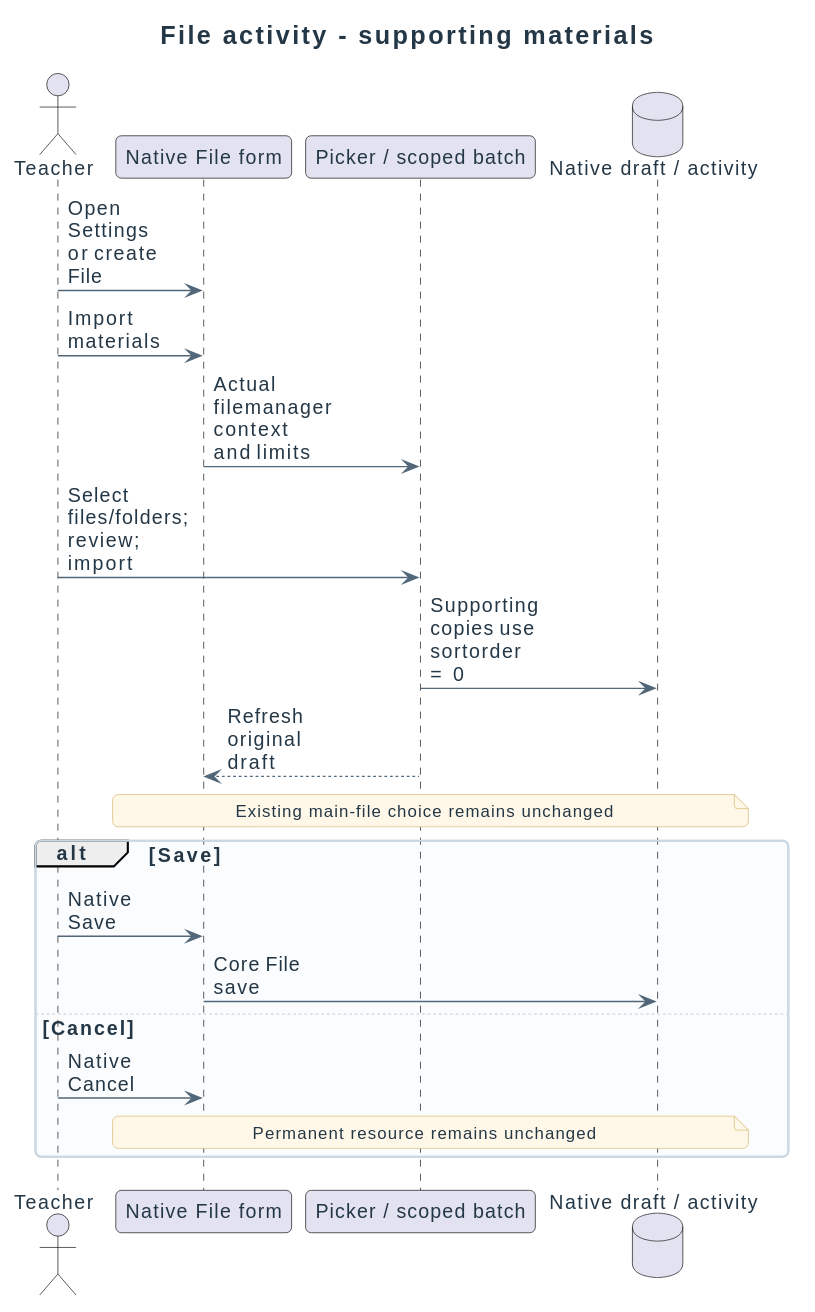
Before: docs/diagrams/design/sequences/resource-selection.svg, a diagram exported from PlantUML (didactika/moodle-local_coursefiles).
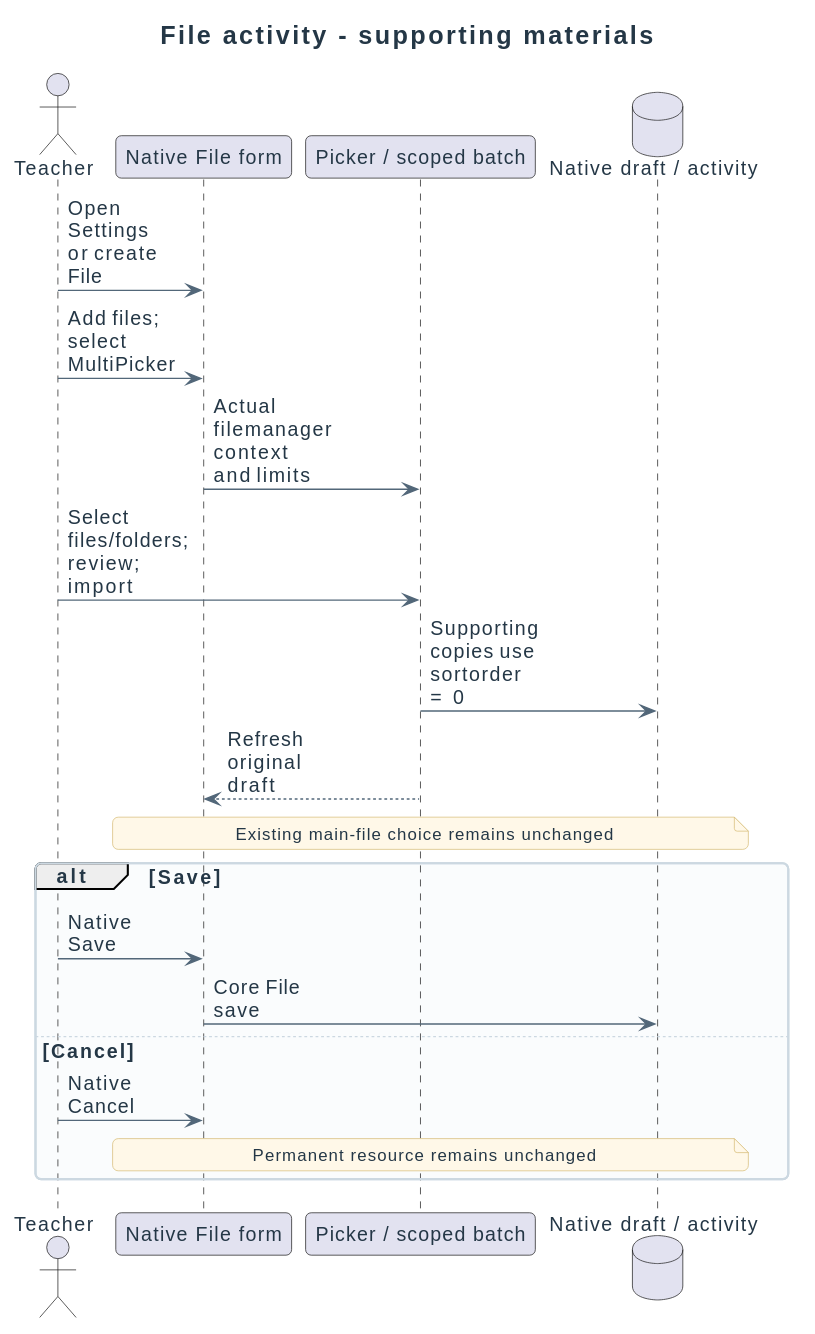
Above is the later version.

Diff of the diagram source:
```diff
@@ -6,7 +6,7 @@
 participant "Picker / scoped batch" as Batch
 database "Native draft / activity" as Files
 Teacher -> Form : Open Settings or create File
-Teacher -> Form : Import materials
+Teacher -> Form : Add files; select MultiPicker
 Form -> Batch : Actual filemanager context and limits
 Teacher -> Batch : Select files/folders; review; import
 Batch -> Files : Supporting copies use sortorder = 0
```
